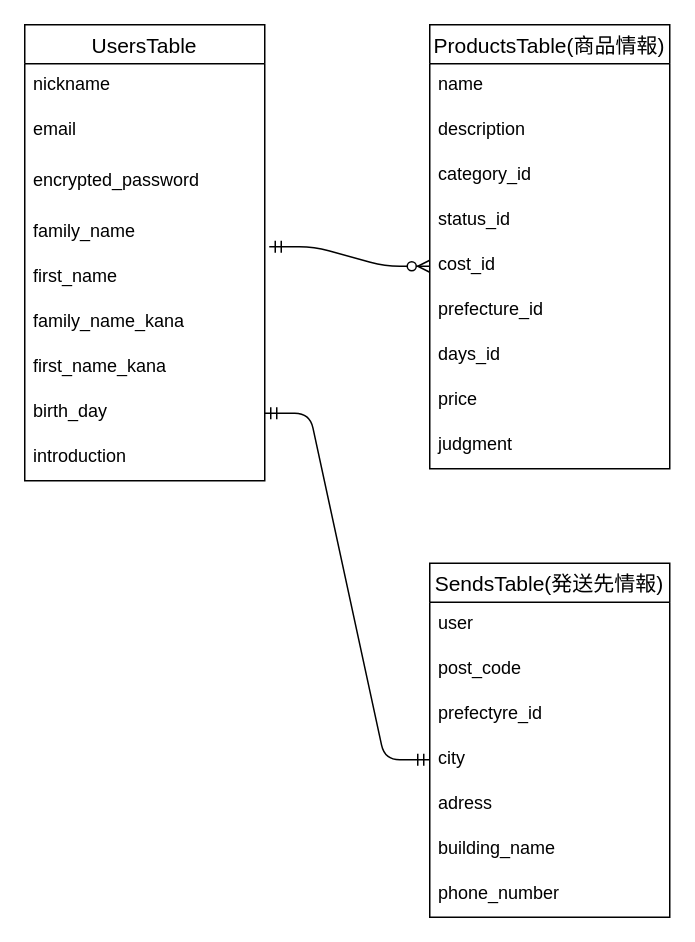
Before: furima.dio in Sk20020822/furima-37952, a draw.io diagram. Source tidied: cells renumbered, new cells numbered last; positions are measured from the earlier drawing's top-left corner, leaving out a move shared by most shapes. Both pictures are drawn from the tidied source at 150%, with x=0, y=0 at pixel (24, 24).
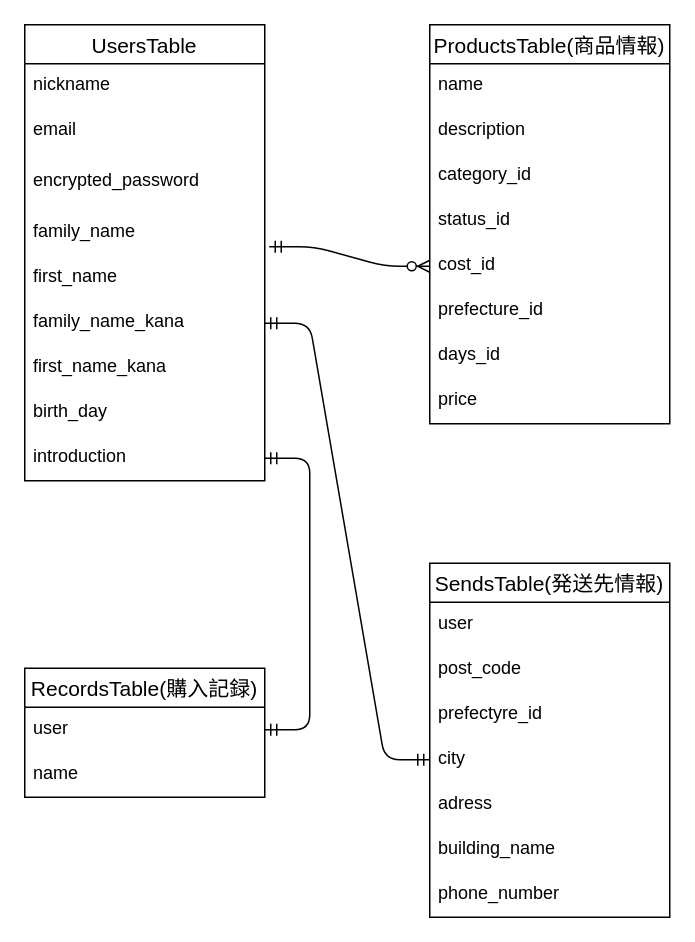
After the change.

Unchanged cells that the change refers to:
```xml
<mxCell id="8" value="family_name_kana" style="text;strokeColor=none;fillColor=none;spacingLeft=4;spacingRight=4;overflow=hidden;points=[[0,0.5],[1,0.5]];portConstraint=eastwest;fontSize=12;" parent="2" vertex="1">
  <mxGeometry y="184" width="160" height="30" as="geometry" />
</mxCell>
<mxCell id="10" value="birth_day" style="text;strokeColor=none;fillColor=none;spacingLeft=4;spacingRight=4;overflow=hidden;points=[[0,0.5],[1,0.5]];portConstraint=eastwest;fontSize=12;" parent="2" vertex="1">
  <mxGeometry y="244" width="160" height="30" as="geometry" />
</mxCell>
<mxCell id="11" value="introduction" style="text;strokeColor=none;fillColor=none;spacingLeft=4;spacingRight=4;overflow=hidden;points=[[0,0.5],[1,0.5]];portConstraint=eastwest;fontSize=12;" parent="2" vertex="1">
  <mxGeometry y="274" width="160" height="30" as="geometry" />
</mxCell>
<mxCell id="26" value="city" style="text;strokeColor=none;fillColor=none;spacingLeft=4;spacingRight=4;overflow=hidden;points=[[0,0.5],[1,0.5]];portConstraint=eastwest;fontSize=12;" parent="22" vertex="1">
  <mxGeometry y="116" width="160" height="30" as="geometry" />
</mxCell>
```

Change to the diagram source:
```diff
@@
     <mxCell id="12" value="ProductsTable(商品情報)" style="swimlane;fontStyle=0;horizontal=1;startSize=26;align=center;fontSize=14;" parent="1" vertex="1">
-      <mxGeometry x="270" width="160" height="296" as="geometry" />
+      <mxGeometry x="270" width="160" height="266" as="geometry" />
     </mxCell>
@@
-    <mxCell id="21" value="judgment" style="text;strokeColor=none;fillColor=none;spacingLeft=4;spacingRight=4;overflow=hidden;fontSize=12;" parent="12" vertex="1">
-      <mxGeometry y="266" width="160" height="30" as="geometry" />
-    </mxCell>
@@
-    <mxCell id="30" style="edgeStyle=entityRelationEdgeStyle;fontSize=12;html=1;endArrow=ERmandOne;startArrow=ERmandOne;entryX=1;entryY=0.5;entryDx=0;entryDy=0;exitX=0;exitY=0.5;exitDx=0;exitDy=0;" parent="1" edge="1" source="26" target="10">
+    <mxCell id="30" style="edgeStyle=entityRelationEdgeStyle;fontSize=12;html=1;endArrow=ERmandOne;startArrow=ERmandOne;entryX=1;entryY=0.5;entryDx=0;entryDy=0;exitX=0;exitY=0.5;exitDx=0;exitDy=0;" parent="1" edge="1" source="26" target="8">
       <mxGeometry relative="1" as="geometry" />
     </mxCell>
@@
+    <mxCell id="32" value="RecordsTable(購入記録)" style="swimlane;fontStyle=0;horizontal=1;startSize=26;align=center;fontSize=14;" parent="1" vertex="1">
+      <mxGeometry y="429" width="160" height="86" as="geometry" />
+    </mxCell>
+    <mxCell id="33" value="user " style="text;strokeColor=none;fillColor=none;spacingLeft=4;spacingRight=4;overflow=hidden;points=[[0,0.5],[1,0.5]];portConstraint=eastwest;fontSize=12;" parent="32" vertex="1">
+      <mxGeometry y="26" width="160" height="30" as="geometry" />
+    </mxCell>
+    <mxCell id="34" value="name" style="text;strokeColor=none;fillColor=none;spacingLeft=4;spacingRight=4;overflow=hidden;fontSize=12;" parent="32" vertex="1">
+      <mxGeometry y="56" width="160" height="30" as="geometry" />
+    </mxCell>
+    <mxCell id="35" style="edgeStyle=entityRelationEdgeStyle;fontSize=12;html=1;endArrow=ERmandOne;startArrow=ERmandOne;entryX=1;entryY=0.5;entryDx=0;entryDy=0;exitX=1;exitY=0.5;exitDx=0;exitDy=0;" parent="1" edge="1" source="33" target="11">
+      <mxGeometry relative="1" as="geometry" />
+    </mxCell>
```
